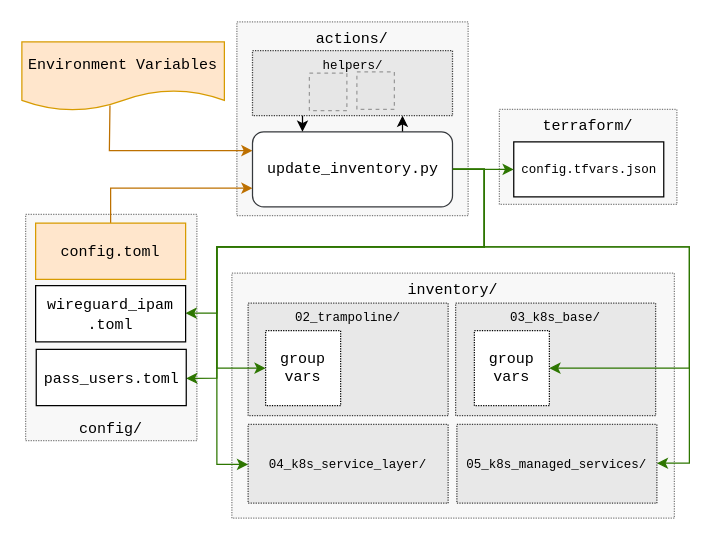
Before: docs/img/update-inventory.drawio in alasca-association/tarook, a draw.io diagram. Source tidied: cells renumbered, new cells numbered last; positions are measured from the earlier drawing's top-left corner, leaving out a move shared by most shapes. Both pictures are drawn from the tidied source at 125%, with x=0, y=0 at pixel (21, 21). Pictures stored in the file or linked from it are replaced by grey dashed boxes.
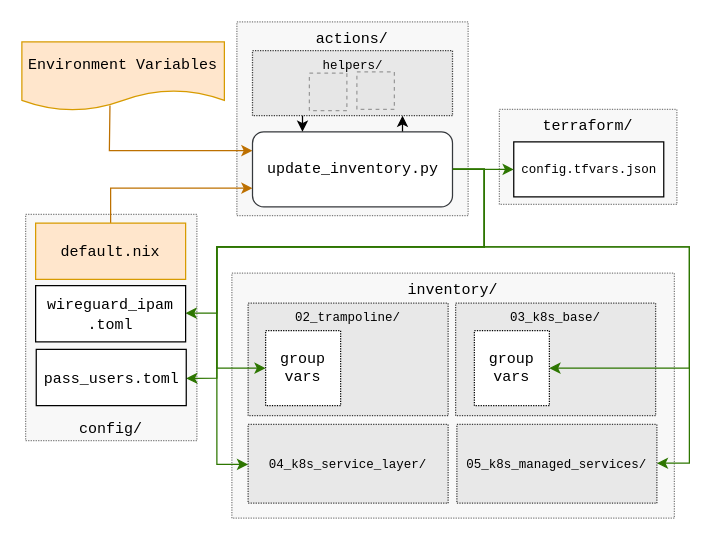
Above is the later version.

Diff of the diagram source:
```diff
@@
-    <mxCell id="7" value="&lt;font face=&quot;Courier New&quot;&gt;config.toml&lt;br&gt;&lt;/font&gt;" style="rounded=0;whiteSpace=wrap;html=1;fillColor=#ffe6cc;strokeColor=#d79b00;" parent="1" vertex="1">
+    <mxCell id="7" value="&lt;font face=&quot;Courier New&quot;&gt;default.nix&lt;br&gt;&lt;/font&gt;" style="rounded=0;whiteSpace=wrap;html=1;fillColor=#ffe6cc;strokeColor=#d79b00;" parent="1" vertex="1">
       <mxGeometry x="11" y="161" width="120" height="45" as="geometry" />
     </mxCell>
```
